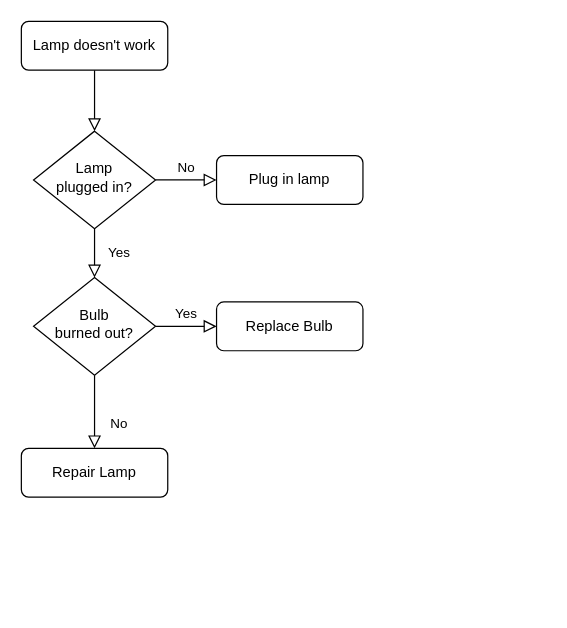
Before: 名称未設定ファイル.drawio in kss-kawashima/flow, a draw.io diagram. Source tidied: cells renumbered, new cells numbered last; positions are measured from the earlier drawing's top-left corner, leaving out a move shared by most shapes. Both pictures are drawn from the tidied source at 122%, with x=0, y=0 at pixel (21, 21).
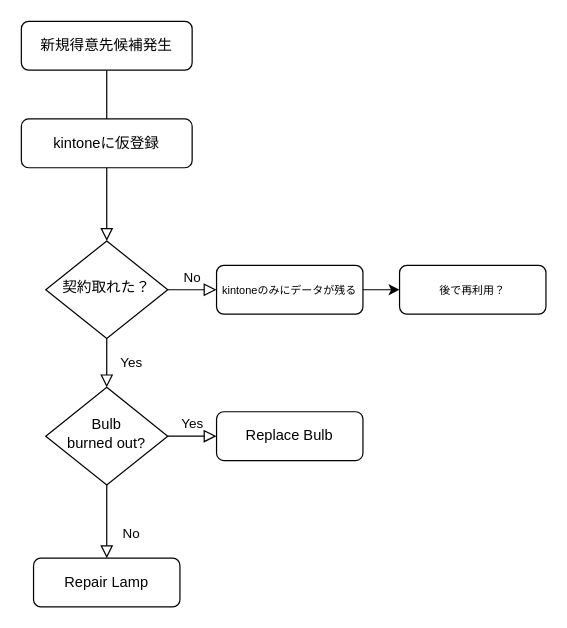
Above is the later version.

Commit message (it also covers changes not shown here):
名称未設定ファイル.drawio を更新します

The edit, as a diff of the source:
```diff
@@
 <mxGraphModel>
   <root>
     <mxCell id="0" />
     <mxCell id="1" parent="0" />
-    <mxCell id="2" style="rounded=0;html=1;jettySize=auto;fontSize=11;endArrow=block;endFill=0;endSize=8;strokeWidth=1;shadow=0;labelBackgroundColor=none;edgeStyle=orthogonalEdgeStyle;" parent="1" edge="1" source="3" target="6">
+    <mxCell id="2" style="rounded=0;html=1;jettySize=auto;fontSize=11;endArrow=block;endFill=0;endSize=8;strokeWidth=1;shadow=0;labelBackgroundColor=none;edgeStyle=orthogonalEdgeStyle;entryX=0.5;entryY=0;entryDx=0;entryDy=0;" parent="1" edge="1" source="3" target="6">
       <mxGeometry relative="1" as="geometry" />
     </mxCell>
-    <mxCell id="3" value="Lamp doesn't work" style="rounded=1;whiteSpace=wrap;html=1;fontSize=12;glass=0;strokeWidth=1;shadow=0;" parent="1" vertex="1">
-      <mxGeometry width="120" height="40" as="geometry" />
+    <mxCell id="3" value="新規得意先候補発生" style="rounded=1;whiteSpace=wrap;html=1;fontSize=12;glass=0;strokeWidth=1;shadow=0;" parent="1" vertex="1">
+      <mxGeometry width="140" height="40" as="geometry" />
     </mxCell>
     <mxCell id="4" value="Yes" style="rounded=0;html=1;jettySize=auto;fontSize=11;endArrow=block;endFill=0;endSize=8;strokeWidth=1;shadow=0;labelBackgroundColor=none;edgeStyle=orthogonalEdgeStyle;" parent="1" edge="1" source="6" target="10">
       <mxGeometry y="20" relative="1" as="geometry" />
     </mxCell>
     <mxCell id="5" value="No" style="edgeStyle=orthogonalEdgeStyle;rounded=0;html=1;jettySize=auto;fontSize=11;endArrow=block;endFill=0;endSize=8;strokeWidth=1;shadow=0;labelBackgroundColor=none;" parent="1" edge="1" source="6" target="7">
       <mxGeometry y="10" relative="1" as="geometry" />
     </mxCell>
-    <mxCell id="6" value="Lamp&lt;br&gt;plugged in?" style="rhombus;whiteSpace=wrap;html=1;shadow=0;fontFamily=Helvetica;fontSize=12;align=center;strokeWidth=1;spacing=6;spacingTop=-4;" parent="1" vertex="1">
-      <mxGeometry x="10" y="90" width="100" height="80" as="geometry" />
+    <mxCell id="6" value="契約取れた？" style="rhombus;whiteSpace=wrap;html=1;shadow=0;fontFamily=Helvetica;fontSize=12;align=center;strokeWidth=1;spacing=6;spacingTop=-4;" parent="1" vertex="1">
+      <mxGeometry x="20" y="180" width="100" height="80" as="geometry" />
     </mxCell>
+    <mxCell id="13" style="edgeStyle=orthogonalEdgeStyle;rounded=0;jettySize=auto;html=1;" parent="1" edge="1" source="7" target="15">
+      <mxGeometry relative="1" as="geometry" />
+    </mxCell>
-    <mxCell id="7" value="Plug in lamp" style="rounded=1;whiteSpace=wrap;html=1;fontSize=12;glass=0;strokeWidth=1;shadow=0;" parent="1" vertex="1">
-      <mxGeometry x="160" y="110" width="120" height="40" as="geometry" />
+    <mxCell id="7" value="&lt;font style=&quot;font-size: 9px;&quot;&gt;kintoneのみにデータが残る&lt;/font&gt;" style="rounded=1;whiteSpace=wrap;html=1;fontSize=12;glass=0;strokeWidth=1;shadow=0;" parent="1" vertex="1">
+      <mxGeometry x="160" y="200" width="120" height="40" as="geometry" />
     </mxCell>
     <mxCell id="8" value="No" style="rounded=0;html=1;jettySize=auto;fontSize=11;endArrow=block;endFill=0;endSize=8;strokeWidth=1;shadow=0;labelBackgroundColor=none;edgeStyle=orthogonalEdgeStyle;" parent="1" edge="1" source="10" target="11">
       <mxGeometry x="0.33" y="20" relative="1" as="geometry" />
     </mxCell>
     <mxCell id="9" value="Yes" style="edgeStyle=orthogonalEdgeStyle;rounded=0;html=1;jettySize=auto;fontSize=11;endArrow=block;endFill=0;endSize=8;strokeWidth=1;shadow=0;labelBackgroundColor=none;" parent="1" edge="1" source="10" target="12">
       <mxGeometry y="10" relative="1" as="geometry" />
     </mxCell>
     <mxCell id="10" value="Bulb&lt;br&gt;burned out?" style="rhombus;whiteSpace=wrap;html=1;shadow=0;fontFamily=Helvetica;fontSize=12;align=center;strokeWidth=1;spacing=6;spacingTop=-4;" parent="1" vertex="1">
-      <mxGeometry x="10" y="210" width="100" height="80" as="geometry" />
+      <mxGeometry x="20" y="300" width="100" height="80" as="geometry" />
     </mxCell>
     <mxCell id="11" value="Repair Lamp" style="rounded=1;whiteSpace=wrap;html=1;fontSize=12;glass=0;strokeWidth=1;shadow=0;" parent="1" vertex="1">
-      <mxGeometry y="350" width="120" height="40" as="geometry" />
+      <mxGeometry x="10" y="440" width="120" height="40" as="geometry" />
     </mxCell>
     <mxCell id="12" value="Replace Bulb" style="rounded=1;whiteSpace=wrap;html=1;fontSize=12;glass=0;strokeWidth=1;shadow=0;" parent="1" vertex="1">
-      <mxGeometry x="160" y="230" width="120" height="40" as="geometry" />
+      <mxGeometry x="160" y="320" width="120" height="40" as="geometry" />
     </mxCell>
+    <mxCell id="14" value="kintoneに仮登録" style="rounded=1;whiteSpace=wrap;html=1;fontSize=12;glass=0;strokeWidth=1;shadow=0;" parent="1" vertex="1">
+      <mxGeometry y="80" width="140" height="40" as="geometry" />
+    </mxCell>
+    <mxCell id="15" value="&lt;font style=&quot;font-size: 9px;&quot;&gt;後で再利用？&lt;/font&gt;" style="rounded=1;whiteSpace=wrap;html=1;fontSize=12;glass=0;strokeWidth=1;shadow=0;" parent="1" vertex="1">
+      <mxGeometry x="310" y="200" width="120" height="40" as="geometry" />
+    </mxCell>
   </root>
 </mxGraphModel>
```
